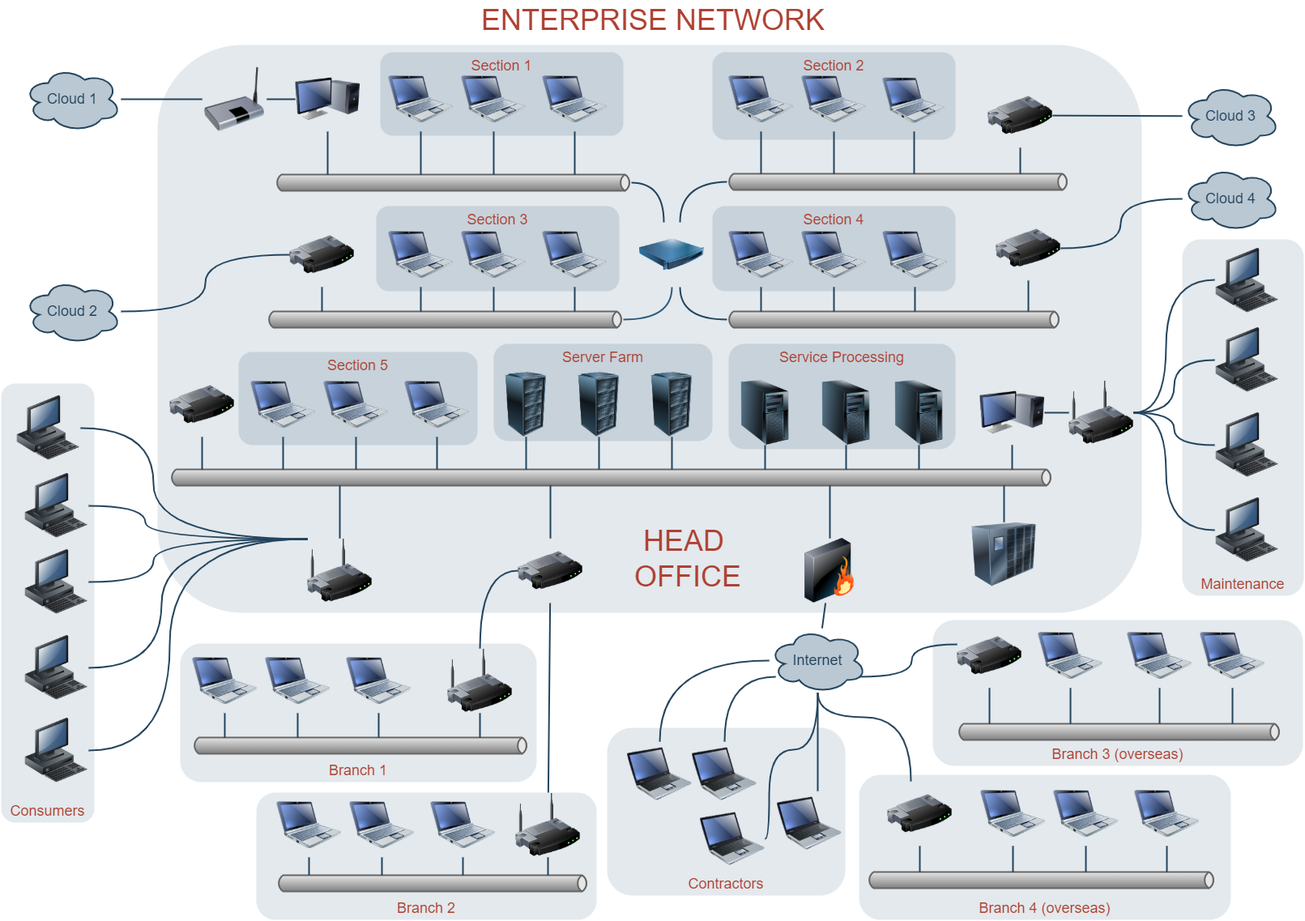
Above: Home.drawio.png in vladgh/home (draw.io), before the change. Source tidied: cells renumbered, new cells last; positions are measured from the earlier drawing's top-left corner, leaving out a move shared by most shapes.
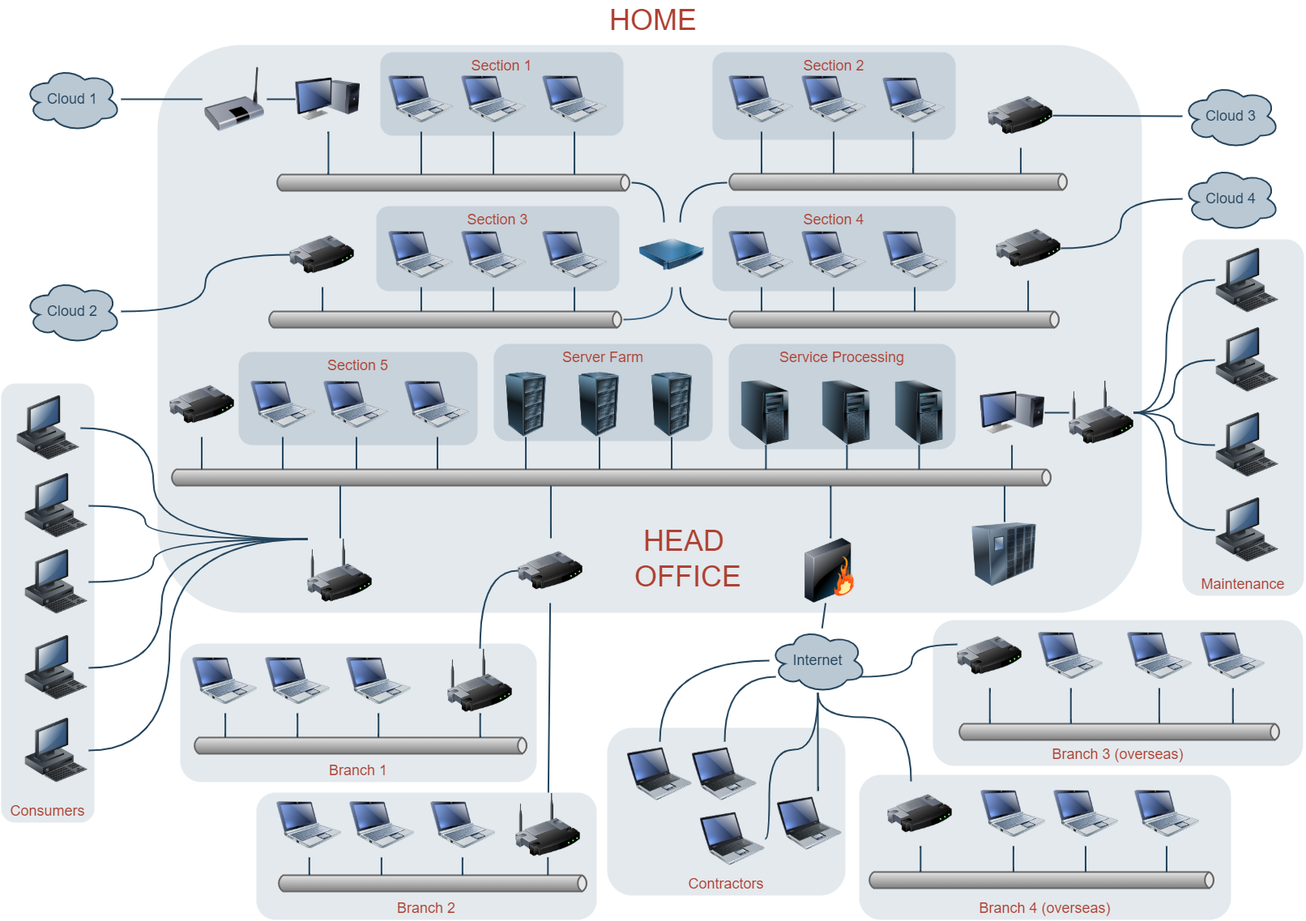
After the commit.

The edit, as a diff of the source:
```diff
@@ -576,7 +576,7 @@
     <mxCell id="167" value="HEAD&amp;nbsp;&lt;div&gt;OFFICE&lt;/div&gt;" style="text;html=1;strokeColor=none;fillColor=none;align=center;verticalAlign=middle;whiteSpace=wrap;overflow=hidden;shadow=0;fontSize=36;fontColor=#AE4132;fontStyle=0;" parent="1" vertex="1">
       <mxGeometry x="728" y="634" width="240" height="110" as="geometry" />
     </mxCell>
-    <mxCell id="168" value="ENTERPRISE NETWORK" style="text;html=1;strokeColor=none;fillColor=none;align=center;verticalAlign=middle;whiteSpace=wrap;overflow=hidden;shadow=0;fontSize=36;fontColor=#AE4132;fontStyle=0;" parent="1" vertex="1">
+    <mxCell id="168" value="HOME" style="text;html=1;strokeColor=none;fillColor=none;align=center;verticalAlign=middle;whiteSpace=wrap;overflow=hidden;shadow=0;fontSize=36;fontColor=#AE4132;fontStyle=0;" parent="1" vertex="1">
       <mxGeometry x="115" width="1380" height="45" as="geometry" />
     </mxCell>
     <mxCell id="169" style="image;html=1;image=img/lib/clip_art/computers/Workstation_128x128.png;shadow=0;strokeColor=#000000;fillColor=#FFFFFF;gradientColor=none;fontSize=18;fontColor=#F08705;fontStyle=0;" parent="1" vertex="1">
```
